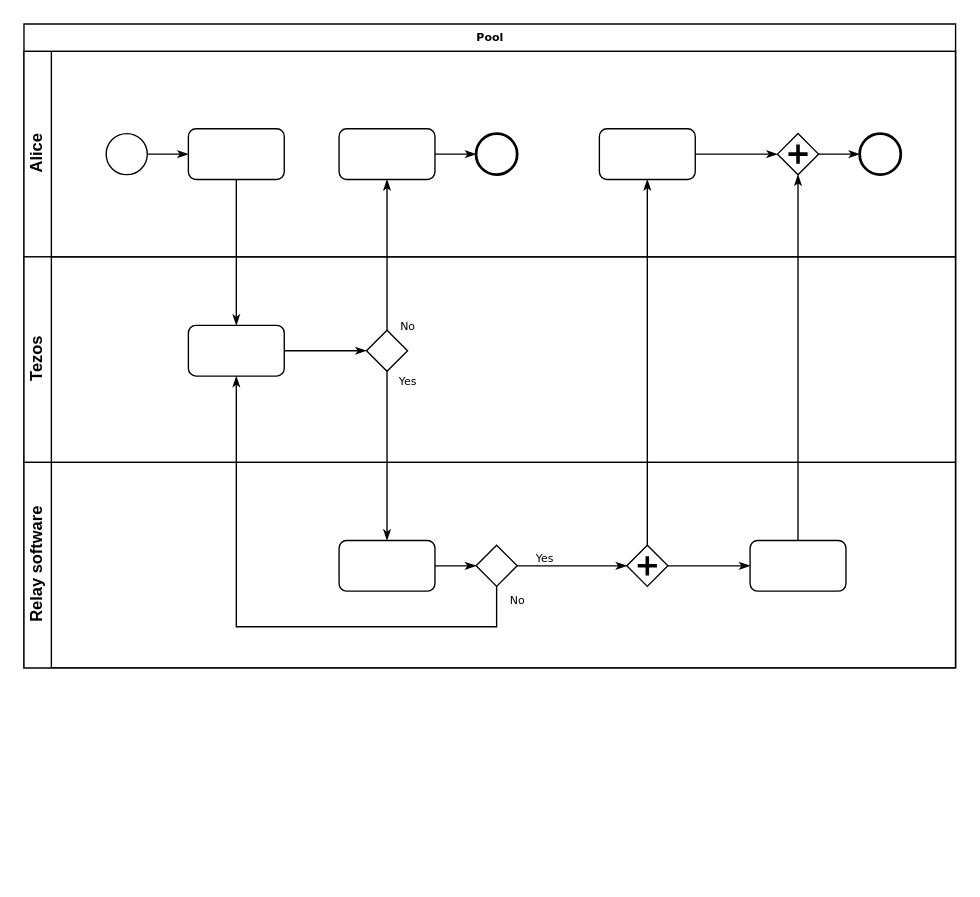
everscale-experts/hackathon_new keeps this draw.io diagram as R&D/atomic-swaps/Untitled Diagram.drawio. Above is the earlier version. Source tidied: cells renumbered, new cells numbered last; positions are measured from the earlier drawing's top-left corner, leaving out a move shared by most shapes. Both pictures are drawn from the tidied source at 137%, with x=0, y=0 at pixel (23, 23).
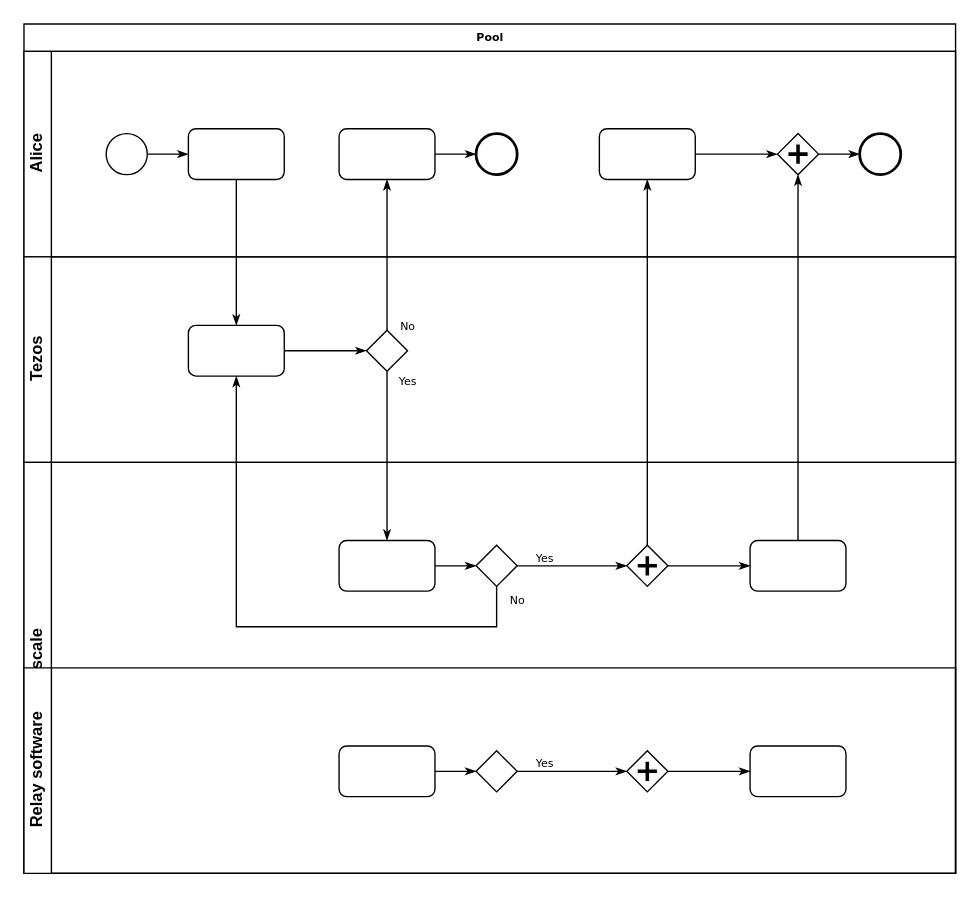
The same page after the edit.

The edit, as a diff of the source:
```diff
@@
     <mxCell id="2" value="Pool" style="swimlane;html=1;horizontal=1;startSize=20;rounded=0;shadow=0;labelBackgroundColor=none;strokeWidth=1;fontFamily=Verdana;fontSize=8;align=center;" parent="1" vertex="1">
-      <mxGeometry width="680" height="470" as="geometry" />
+      <mxGeometry width="680" height="620" as="geometry" />
     </mxCell>
@@
-    <mxCell id="19" value="Relay software" style="swimlane;html=1;startSize=20;horizontal=0;" parent="2" vertex="1">
-      <mxGeometry y="320" width="680" height="150" as="geometry" />
+    <mxCell id="19" value="Everscale" style="swimlane;html=1;startSize=20;horizontal=0;" parent="2" vertex="1">
+      <mxGeometry y="320" width="680" height="300" as="geometry" />
     </mxCell>
@@
+    <mxCell id="33" value="Relay software" style="swimlane;html=1;startSize=20;horizontal=0;" parent="19" vertex="1">
+      <mxGeometry y="150" width="680" height="150" as="geometry" />
+    </mxCell>
+    <mxCell id="34" style="edgeStyle=orthogonalEdgeStyle;rounded=0;html=1;labelBackgroundColor=none;startArrow=none;startFill=0;startSize=5;endArrow=classicThin;endFill=1;endSize=5;jettySize=auto;strokeWidth=1;fontFamily=Verdana;fontSize=8;" parent="33" edge="1" source="35" target="37">
+      <mxGeometry relative="1" as="geometry" />
+    </mxCell>
+    <mxCell id="35" style="rounded=1;whiteSpace=wrap;html=1;shadow=0;labelBackgroundColor=none;strokeWidth=1;fontFamily=Verdana;fontSize=8;align=center;" parent="33" vertex="1">
+      <mxGeometry x="230" y="57" width="70" height="37" as="geometry" />
+    </mxCell>
+    <mxCell id="36" value="Yes" style="edgeStyle=orthogonalEdgeStyle;rounded=0;html=1;entryX=0;entryY=0.5;labelBackgroundColor=none;startArrow=none;startFill=0;startSize=5;endArrow=classicThin;endFill=1;endSize=5;jettySize=auto;strokeWidth=1;fontFamily=Verdana;fontSize=8;" parent="33" edge="1" source="37" target="39">
+      <mxGeometry x="-0.5" y="6" relative="1" as="geometry" />
+    </mxCell>
+    <mxCell id="37" style="strokeWidth=1;html=1;shape=mxgraph.flowchart.decision;whiteSpace=wrap;rounded=1;shadow=0;labelBackgroundColor=none;fontFamily=Verdana;fontSize=8;align=center;" parent="33" vertex="1">
+      <mxGeometry x="330" y="60.5" width="30" height="30" as="geometry" />
+    </mxCell>
+    <mxCell id="38" style="edgeStyle=orthogonalEdgeStyle;rounded=0;html=1;labelBackgroundColor=none;startArrow=none;startFill=0;startSize=5;endArrow=classicThin;endFill=1;endSize=5;jettySize=auto;strokeColor=#000000;strokeWidth=1;fontFamily=Verdana;fontSize=8;fontColor=#000000;" parent="33" edge="1" source="39" target="40">
+      <mxGeometry relative="1" as="geometry" />
+    </mxCell>
+    <mxCell id="39" style="shape=mxgraph.bpmn.shape;html=1;verticalLabelPosition=bottom;labelBackgroundColor=#ffffff;verticalAlign=top;perimeter=rhombusPerimeter;background=gateway;outline=none;symbol=parallelGw;rounded=1;shadow=0;strokeWidth=1;fontFamily=Verdana;fontSize=8;align=center;" parent="33" vertex="1">
+      <mxGeometry x="440" y="60.5" width="30" height="30" as="geometry" />
+    </mxCell>
+    <mxCell id="40" style="rounded=1;whiteSpace=wrap;html=1;shadow=0;labelBackgroundColor=none;strokeWidth=1;fontFamily=Verdana;fontSize=8;align=center;" parent="33" vertex="1">
+      <mxGeometry x="530" y="57" width="70" height="37" as="geometry" />
+    </mxCell>
```
